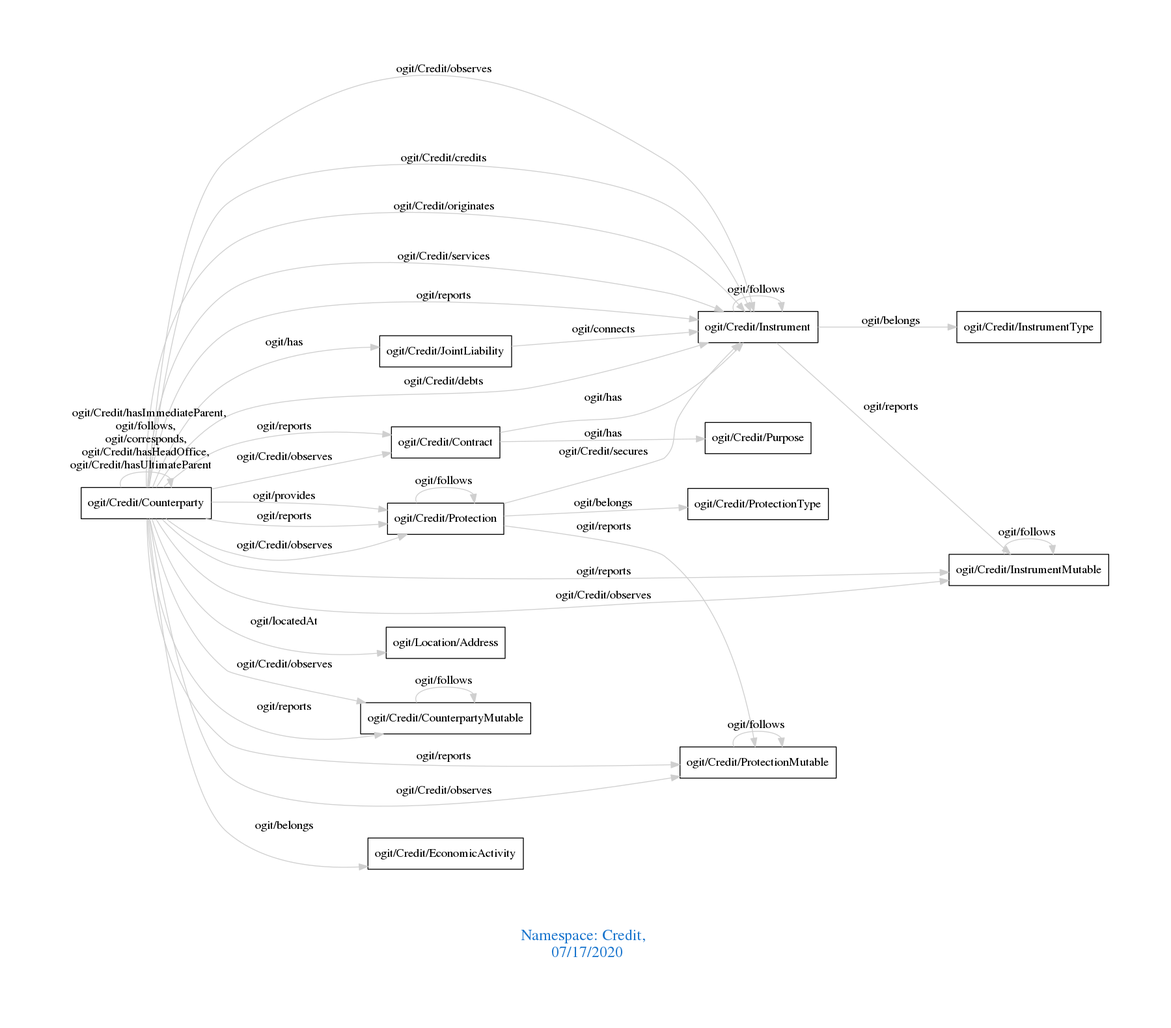
Earlier version of the Graphviz export downloads/Credit.png (arago/OGIT). Its source is kept beside it as downloads/Credit.dot.
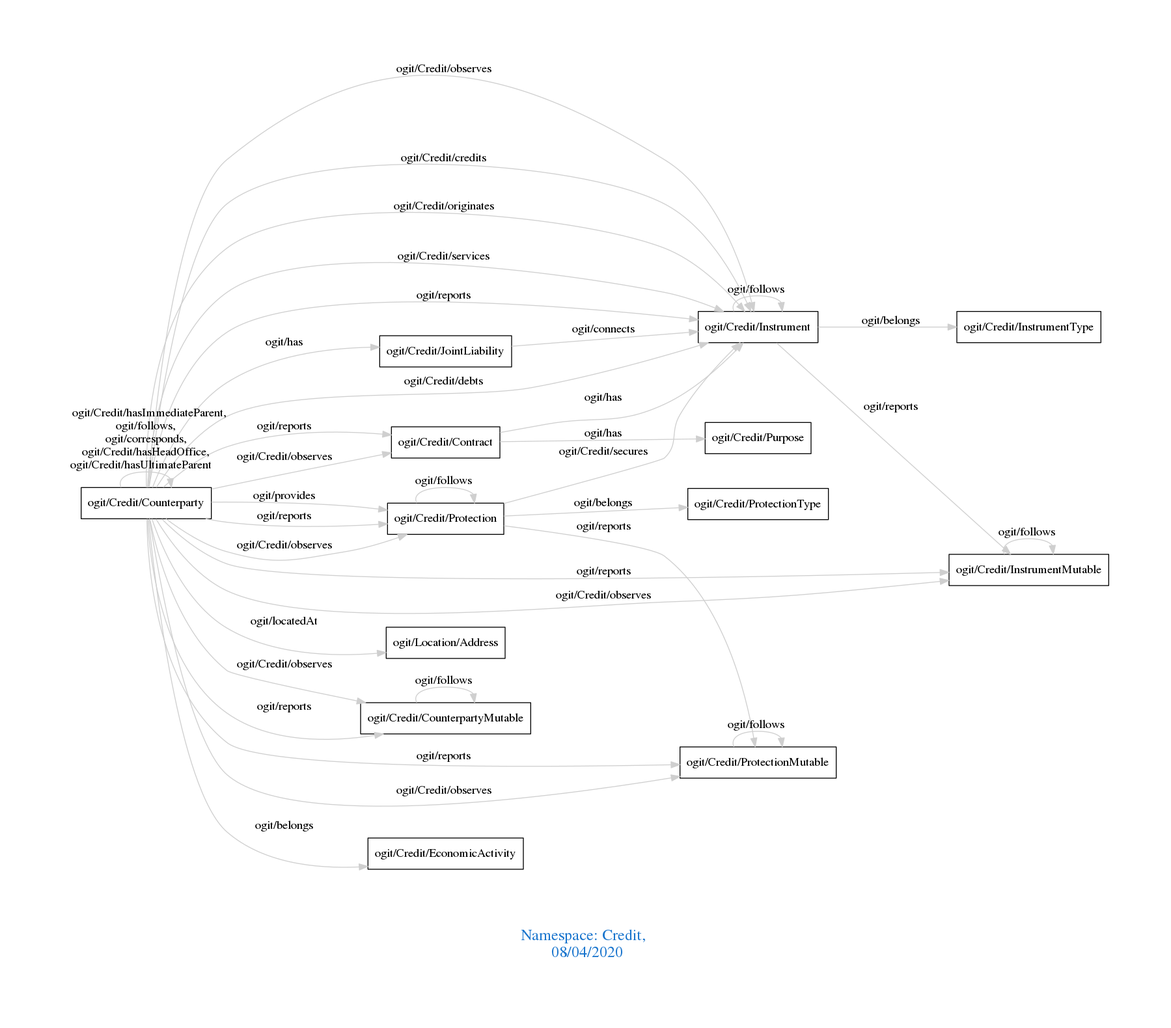
The same diagram one commit later.

The edit, as a diff of the source:
```diff
@@ -1,7 +1,7 @@
 digraph OGIT_ontology {
  graph [ rankdir= LR,pad=1
 fontsize = 18,
-fontcolor= dodgerblue3,label = "\n\n\nNamespace: Credit, \n 07/17/2020"];
+fontcolor= dodgerblue3,label = "\n\n\nNamespace: Credit, \n 08/04/2020"];
 node[shape=polygon];
 edge [  color="gray81"];
 
```
